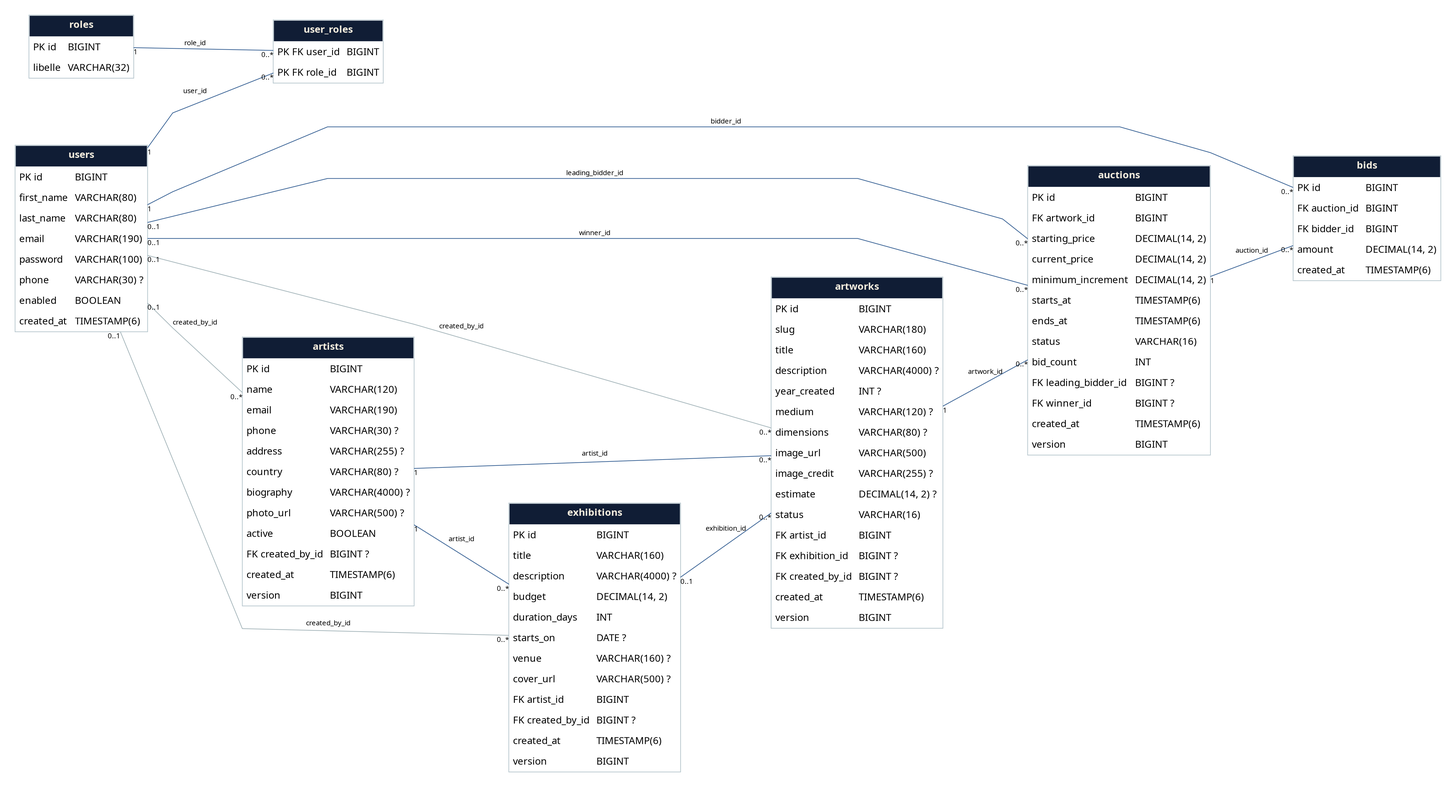
Before: docs/diagrams/database.png, a diagram exported from Graphviz (aziza-bellanes/angluar-springboot-project). Its source is kept beside it as docs/diagrams/database.dot.
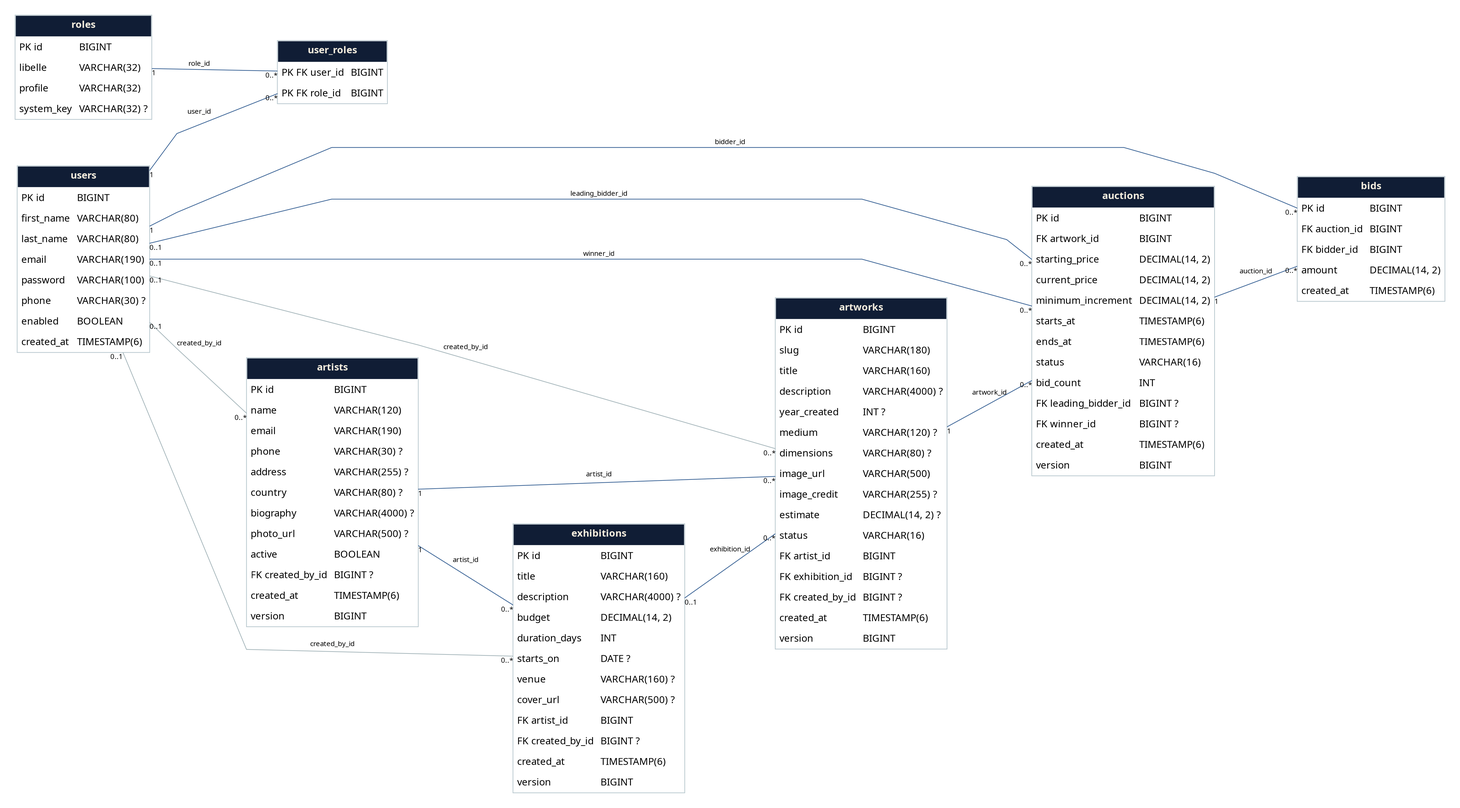
The same diagram one commit later.

What changed in the source:
```diff
@@ -2,7 +2,7 @@
 graph [rankdir=LR, bgcolor="white", nodesep=0.5, ranksep=1.0, pad=0.3, splines=polyline];
 node [shape=plain, fontname="DejaVu Sans"];
 edge [fontname="DejaVu Sans", fontsize=10, color="#315c91"];
-roles [label=<<TABLE BORDER="1" COLOR="#b5c5cc" CELLBORDER="0" CELLSPACING="0" CELLPADDING="5"><TR><TD COLSPAN="2" BGCOLOR="#101d35"><FONT COLOR="#f4edde"><B>roles</B></FONT></TD></TR><TR><TD ALIGN="LEFT">PK id</TD><TD ALIGN="LEFT">BIGINT</TD></TR><TR><TD ALIGN="LEFT">libelle</TD><TD ALIGN="LEFT">VARCHAR(32)</TD></TR></TABLE>>];
+roles [label=<<TABLE BORDER="1" COLOR="#b5c5cc" CELLBORDER="0" CELLSPACING="0" CELLPADDING="5"><TR><TD COLSPAN="2" BGCOLOR="#101d35"><FONT COLOR="#f4edde"><B>roles</B></FONT></TD></TR><TR><TD ALIGN="LEFT">PK id</TD><TD ALIGN="LEFT">BIGINT</TD></TR><TR><TD ALIGN="LEFT">libelle</TD><TD ALIGN="LEFT">VARCHAR(32)</TD></TR><TR><TD ALIGN="LEFT">profile</TD><TD ALIGN="LEFT">VARCHAR(32)</TD></TR><TR><TD ALIGN="LEFT">system_key</TD><TD ALIGN="LEFT">VARCHAR(32) ?</TD></TR></TABLE>>];
 users [label=<<TABLE BORDER="1" COLOR="#b5c5cc" CELLBORDER="0" CELLSPACING="0" CELLPADDING="5"><TR><TD COLSPAN="2" BGCOLOR="#101d35"><FONT COLOR="#f4edde"><B>users</B></FONT></TD></TR><TR><TD ALIGN="LEFT">PK id</TD><TD ALIGN="LEFT">BIGINT</TD></TR><TR><TD ALIGN="LEFT">first_name</TD><TD ALIGN="LEFT">VARCHAR(80)</TD></TR><TR><TD ALIGN="LEFT">last_name</TD><TD ALIGN="LEFT">VARCHAR(80)</TD></TR><TR><TD ALIGN="LEFT">email</TD><TD ALIGN="LEFT">VARCHAR(190)</TD></TR><TR><TD ALIGN="LEFT">password</TD><TD ALIGN="LEFT">VARCHAR(100)</TD></TR><TR><TD ALIGN="LEFT">phone</TD><TD ALIGN="LEFT">VARCHAR(30) ?</TD></TR><TR><TD ALIGN="LEFT">enabled</TD><TD ALIGN="LEFT">BOOLEAN</TD></TR><TR><TD ALIGN="LEFT">created_at</TD><TD ALIGN="LEFT">TIMESTAMP(6)</TD></TR></TABLE>>];
 user_roles [label=<<TABLE BORDER="1" COLOR="#b5c5cc" CELLBORDER="0" CELLSPACING="0" CELLPADDING="5"><TR><TD COLSPAN="2" BGCOLOR="#101d35"><FONT COLOR="#f4edde"><B>user_roles</B></FONT></TD></TR><TR><TD ALIGN="LEFT">PK FK user_id</TD><TD ALIGN="LEFT">BIGINT</TD></TR><TR><TD ALIGN="LEFT">PK FK role_id</TD><TD ALIGN="LEFT">BIGINT</TD></TR></TABLE>>];
 artists [label=<<TABLE BORDER="1" COLOR="#b5c5cc" CELLBORDER="0" CELLSPACING="0" CELLPADDING="5"><TR><TD COLSPAN="2" BGCOLOR="#101d35"><FONT COLOR="#f4edde"><B>artists</B></FONT></TD></TR><TR><TD ALIGN="LEFT">PK id</TD><TD ALIGN="LEFT">BIGINT</TD></TR><TR><TD ALIGN="LEFT">name</TD><TD ALIGN="LEFT">VARCHAR(120)</TD></TR><TR><TD ALIGN="LEFT">email</TD><TD ALIGN="LEFT">VARCHAR(190)</TD></TR><TR><TD ALIGN="LEFT">phone</TD><TD ALIGN="LEFT">VARCHAR(30) ?</TD></TR><TR><TD ALIGN="LEFT">address</TD><TD ALIGN="LEFT">VARCHAR(255) ?</TD></TR><TR><TD ALIGN="LEFT">country</TD><TD ALIGN="LEFT">VARCHAR(80) ?</TD></TR><TR><TD ALIGN="LEFT">biography</TD><TD ALIGN="LEFT">VARCHAR(4000) ?</TD></TR><TR><TD ALIGN="LEFT">photo_url</TD><TD ALIGN="LEFT">VARCHAR(500) ?</TD></TR><TR><TD ALIGN="LEFT">active</TD><TD ALIGN="LEFT">BOOLEAN</TD></TR><TR><TD ALIGN="LEFT">FK created_by_id</TD><TD ALIGN="LEFT">BIGINT ?</TD></TR><TR><TD ALIGN="LEFT">created_at</TD><TD ALIGN="LEFT">TIMESTAMP(6)</TD></TR><TR><TD ALIGN="LEFT">version</TD><TD ALIGN="LEFT">BIGINT</TD></TR></TABLE>>];
```
